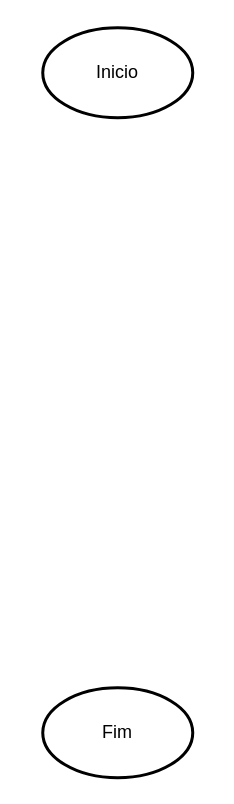
The draw.io diagram LP_Python/decision/diagram.dio in MoonAmon/linux_shell, before the edit. Source tidied: cells renumbered, new cells numbered last; positions are measured from the earlier drawing's top-left corner, leaving out a move shared by most shapes. Both pictures are drawn from the tidied source at 150%, with x=0, y=0 at pixel (42, 27).
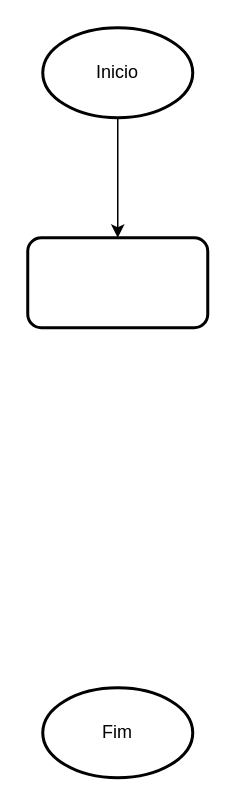
Above is the later version.

The edit, as a diff of the source:
```diff
@@
 <mxGraphModel>
   <root>
     <mxCell id="0" />
     <mxCell id="1" parent="0" />
+    <mxCell id="4" style="edgeStyle=orthogonalEdgeStyle;rounded=0;jettySize=auto;html=1;" parent="1" edge="1" source="2" target="5">
+      <mxGeometry relative="1" as="geometry" />
+    </mxCell>
     <mxCell id="2" value="Inicio" style="strokeWidth=2;html=1;shape=mxgraph.flowchart.start_1;whiteSpace=wrap;" parent="1" vertex="1">
       <mxGeometry width="100" height="60" as="geometry" />
     </mxCell>
     <mxCell id="3" value="Fim" style="strokeWidth=2;html=1;shape=mxgraph.flowchart.start_1;whiteSpace=wrap;" parent="1" vertex="1">
       <mxGeometry y="440" width="100" height="60" as="geometry" />
     </mxCell>
+    <mxCell id="5" style="rounded=1;whiteSpace=wrap;html=1;strokeWidth=2;" parent="1" vertex="1">
+      <mxGeometry x="-10" y="140" width="120" height="60" as="geometry" />
+    </mxCell>
   </root>
 </mxGraphModel>
```
